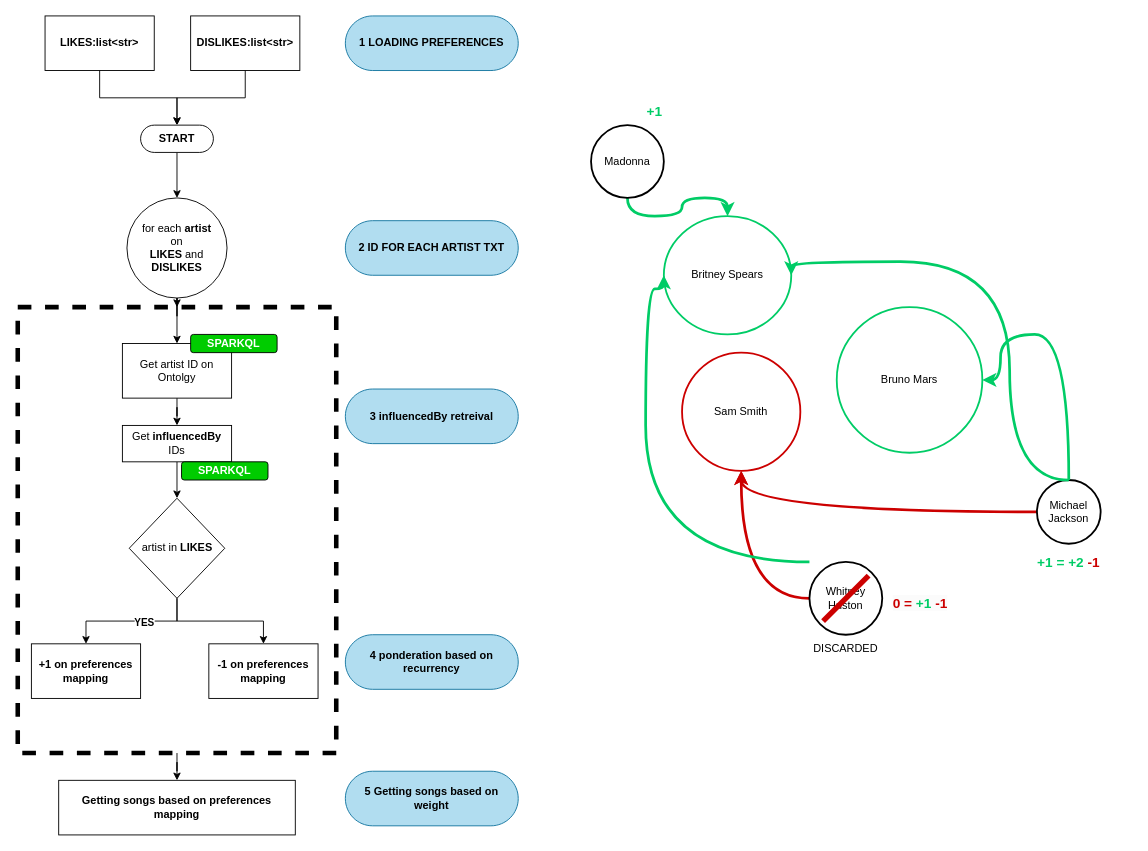
perrosdatos/msc_ai_kw_project keeps this draw.io diagram as page "Page-1" (1 of 2) of flows/flow_for_sparql.drawio. Above is the earlier version. Source tidied: cells renumbered, new cells numbered last; positions are measured from the earlier drawing's top-left corner, leaving out a move shared by most shapes. Both pictures are drawn from the tidied source at 91%, with x=0, y=0 at pixel (17, 15).
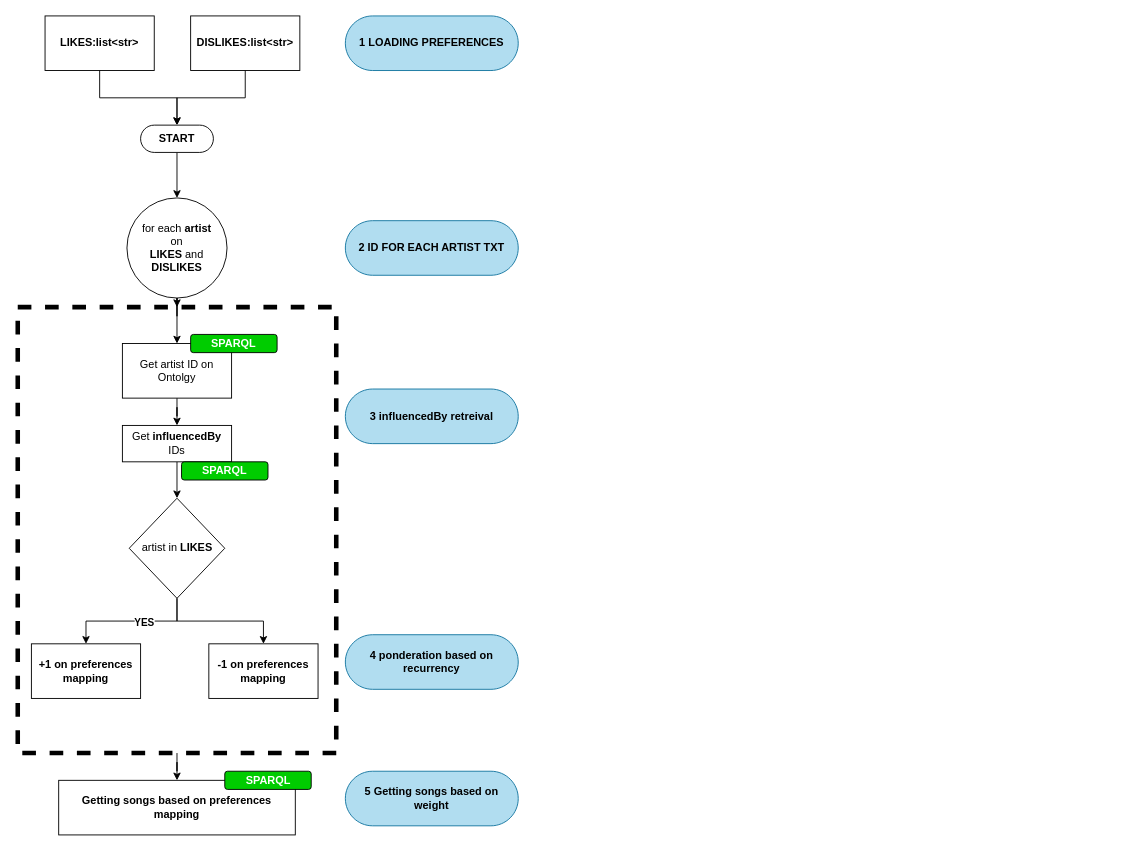
The same diagram, later.

The edit, as a diff of the source:
```diff
@@
+    <mxCell id="46" style="rounded=0;whiteSpace=wrap;html=1;fillColor=none;dashed=1;strokeWidth=5;" parent="1" vertex="1">
+      <mxGeometry y="320" width="350" height="490" as="geometry" />
+    </mxCell>
@@
-    <mxCell id="25" value="Bruno Mars" style="strokeWidth=2;html=1;shape=mxgraph.flowchart.start_2;whiteSpace=wrap;strokeColor=#00CC66;" parent="1" vertex="1">
-      <mxGeometry x="900" y="320" width="160" height="160" as="geometry" />
-    </mxCell>
-    <mxCell id="26" style="edgeStyle=orthogonalEdgeStyle;rounded=0;jettySize=auto;html=1;strokeColor=#CC0000;strokeWidth=3;curved=1;" parent="1" edge="1" source="27" target="29">
-      <mxGeometry relative="1" as="geometry" />
-    </mxCell>
-    <mxCell id="27" value="Michael Jackson" style="strokeWidth=2;html=1;shape=mxgraph.flowchart.start_2;whiteSpace=wrap;" parent="1" vertex="1">
-      <mxGeometry x="1120" y="510" width="70" height="70" as="geometry" />
-    </mxCell>
-    <mxCell id="28" value="Britney Spears" style="strokeWidth=2;html=1;shape=mxgraph.flowchart.start_2;whiteSpace=wrap;strokeColor=#00CC66;" parent="1" vertex="1">
-      <mxGeometry x="710" y="220" width="140" height="130" as="geometry" />
-    </mxCell>
-    <mxCell id="29" value="Sam Smith" style="strokeWidth=2;html=1;shape=mxgraph.flowchart.start_2;whiteSpace=wrap;strokeColor=#CC0000;" parent="1" vertex="1">
-      <mxGeometry x="730" y="370" width="130" height="130" as="geometry" />
-    </mxCell>
-    <mxCell id="30" style="edgeStyle=orthogonalEdgeStyle;rounded=0;jettySize=auto;html=1;entryX=1;entryY=0.5;entryDx=0;entryDy=0;entryPerimeter=0;curved=1;strokeColor=#00CC66;strokeWidth=3;" parent="1" edge="1" source="27" target="25">
-      <mxGeometry relative="1" as="geometry">
-        <Array as="points">
-          <mxPoint x="1080" y="350" />
-        </Array>
-      </mxGeometry>
-    </mxCell>
-    <mxCell id="31" style="edgeStyle=orthogonalEdgeStyle;rounded=0;jettySize=auto;html=1;exitX=0.5;exitY=0;exitDx=0;exitDy=0;exitPerimeter=0;entryX=1;entryY=0.5;entryDx=0;entryDy=0;entryPerimeter=0;curved=1;strokeColor=#00CC66;strokeWidth=3;" parent="1" edge="1" source="27" target="28">
-      <mxGeometry relative="1" as="geometry">
-        <Array as="points">
-          <mxPoint x="1090" y="270" />
-          <mxPoint x="850" y="270" />
-        </Array>
-      </mxGeometry>
-    </mxCell>
-    <mxCell id="32" style="edgeStyle=orthogonalEdgeStyle;rounded=0;jettySize=auto;html=1;curved=1;strokeColor=#00CC66;strokeWidth=3;" parent="1" edge="1" source="33" target="28">
-      <mxGeometry relative="1" as="geometry" />
-    </mxCell>
-    <mxCell id="33" value="Madonna" style="strokeWidth=2;html=1;shape=mxgraph.flowchart.start_2;whiteSpace=wrap;" parent="1" vertex="1">
-      <mxGeometry x="630" y="120" width="80" height="80" as="geometry" />
-    </mxCell>
-    <mxCell id="34" value="&lt;font style=&quot;font-size: 15px; color: rgb(0, 204, 102);&quot;&gt;&lt;b&gt;+1&lt;/b&gt;&lt;/font&gt;" style="text;html=1;align=center;verticalAlign=middle;whiteSpace=wrap;rounded=0;" parent="1" vertex="1">
-      <mxGeometry x="670" y="90" width="60" height="30" as="geometry" />
-    </mxCell>
-    <mxCell id="35" value="&lt;font style=&quot;font-size: 15px;&quot;&gt;&lt;b style=&quot;&quot;&gt;&lt;font style=&quot;color: rgb(0, 204, 102);&quot;&gt;+1 = +2 &lt;/font&gt;&lt;font style=&quot;color: rgb(204, 0, 0);&quot;&gt;-1&lt;/font&gt;&lt;/b&gt;&lt;/font&gt;" style="text;html=1;align=center;verticalAlign=middle;whiteSpace=wrap;rounded=0;" parent="1" vertex="1">
-      <mxGeometry x="1085" y="585" width="140" height="30" as="geometry" />
-    </mxCell>
-    <mxCell id="36" style="edgeStyle=orthogonalEdgeStyle;rounded=0;jettySize=auto;html=1;curved=1;strokeColor=#CC0000;strokeWidth=3;entryX=0.5;entryY=1;entryDx=0;entryDy=0;entryPerimeter=0;" parent="1" edge="1" source="37" target="29">
-      <mxGeometry relative="1" as="geometry" />
-    </mxCell>
-    <mxCell id="37" value="Whitney Huston" style="strokeWidth=2;html=1;shape=mxgraph.flowchart.start_2;whiteSpace=wrap;" parent="1" vertex="1">
-      <mxGeometry x="870" y="600" width="80" height="80" as="geometry" />
-    </mxCell>
-    <mxCell id="38" style="edgeStyle=orthogonalEdgeStyle;rounded=0;jettySize=auto;html=1;entryX=0;entryY=0.5;entryDx=0;entryDy=0;entryPerimeter=0;curved=1;strokeWidth=3;strokeColor=#00CC66;" parent="1" edge="1" source="37" target="28">
-      <mxGeometry relative="1" as="geometry">
-        <Array as="points">
-          <mxPoint x="690" y="600" />
-          <mxPoint x="690" y="300" />
-          <mxPoint x="710" y="300" />
-        </Array>
-      </mxGeometry>
-    </mxCell>
-    <mxCell id="39" value="&lt;b style=&quot;forced-color-adjust: none; font-family: Helvetica; font-size: 15px; font-style: normal; font-variant-ligatures: normal; font-variant-caps: normal; letter-spacing: normal; orphans: 2; text-align: center; text-indent: 0px; text-transform: none; widows: 2; word-spacing: 0px; -webkit-text-stroke-width: 0px; white-space: normal; background-color: rgb(251, 251, 251); text-decoration-thickness: initial; text-decoration-style: initial; text-decoration-color: initial;&quot;&gt;&lt;font style=&quot;color: rgb(204, 0, 0); forced-color-adjust: none;&quot;&gt;0 = &lt;/font&gt;&lt;font style=&quot;forced-color-adjust: none; color: rgb(0, 204, 102);&quot;&gt;+1&lt;/font&gt;&lt;font style=&quot;color: rgb(204, 0, 0); forced-color-adjust: none;&quot;&gt; -1&lt;/font&gt;&lt;/b&gt;" style="text;whiteSpace=wrap;html=1;" parent="1" vertex="1">
-      <mxGeometry x="960" y="630" width="100" height="40" as="geometry" />
-    </mxCell>
-    <mxCell id="40" style="endArrow=none;html=1;rounded=0;strokeWidth=6;strokeColor=#CC0000;" parent="1" edge="1">
-      <mxGeometry relative="1" as="geometry">
-        <mxPoint x="885" y="665" as="sourcePoint" />
-        <mxPoint x="935" y="615" as="targetPoint" />
-      </mxGeometry>
-    </mxCell>
-    <mxCell id="41" value="DISCARDED" style="text;html=1;align=center;verticalAlign=middle;whiteSpace=wrap;rounded=0;" parent="1" vertex="1">
-      <mxGeometry x="880" y="680" width="60" height="30" as="geometry" />
-    </mxCell>
-    <mxCell id="42" value="SPARKQL" style="rounded=1;whiteSpace=wrap;html=1;fillColor=#00CC00;fontColor=#FFFFFF;fontStyle=1;" parent="1" vertex="1">
+    <mxCell id="42" value="SPARQL" style="rounded=1;whiteSpace=wrap;html=1;fillColor=#00CC00;fontColor=#FFFFFF;fontStyle=1;" parent="1" vertex="1">
       <mxGeometry x="190" y="350" width="95" height="20" as="geometry" />
     </mxCell>
-    <mxCell id="43" value="SPARKQL" style="rounded=1;whiteSpace=wrap;html=1;fillColor=#00CC00;fontColor=#FFFFFF;fontStyle=1;" parent="1" vertex="1">
+    <mxCell id="43" value="SPARQL" style="rounded=1;whiteSpace=wrap;html=1;fillColor=#00CC00;fontColor=#FFFFFF;fontStyle=1;" parent="1" vertex="1">
       <mxGeometry x="180" y="490" width="95" height="20" as="geometry" />
     </mxCell>
@@
-    <mxCell id="46" style="rounded=0;whiteSpace=wrap;html=1;fillColor=none;dashed=1;strokeWidth=5;" parent="1" vertex="1">
-      <mxGeometry y="320" width="350" height="490" as="geometry" />
-    </mxCell>
@@
+    <mxCell id="48" value="SPARQL" style="rounded=1;whiteSpace=wrap;html=1;fillColor=#00CC00;fontColor=#FFFFFF;fontStyle=1;" parent="1" vertex="1">
+      <mxGeometry x="227.5" y="830" width="95" height="20" as="geometry" />
+    </mxCell>
```
